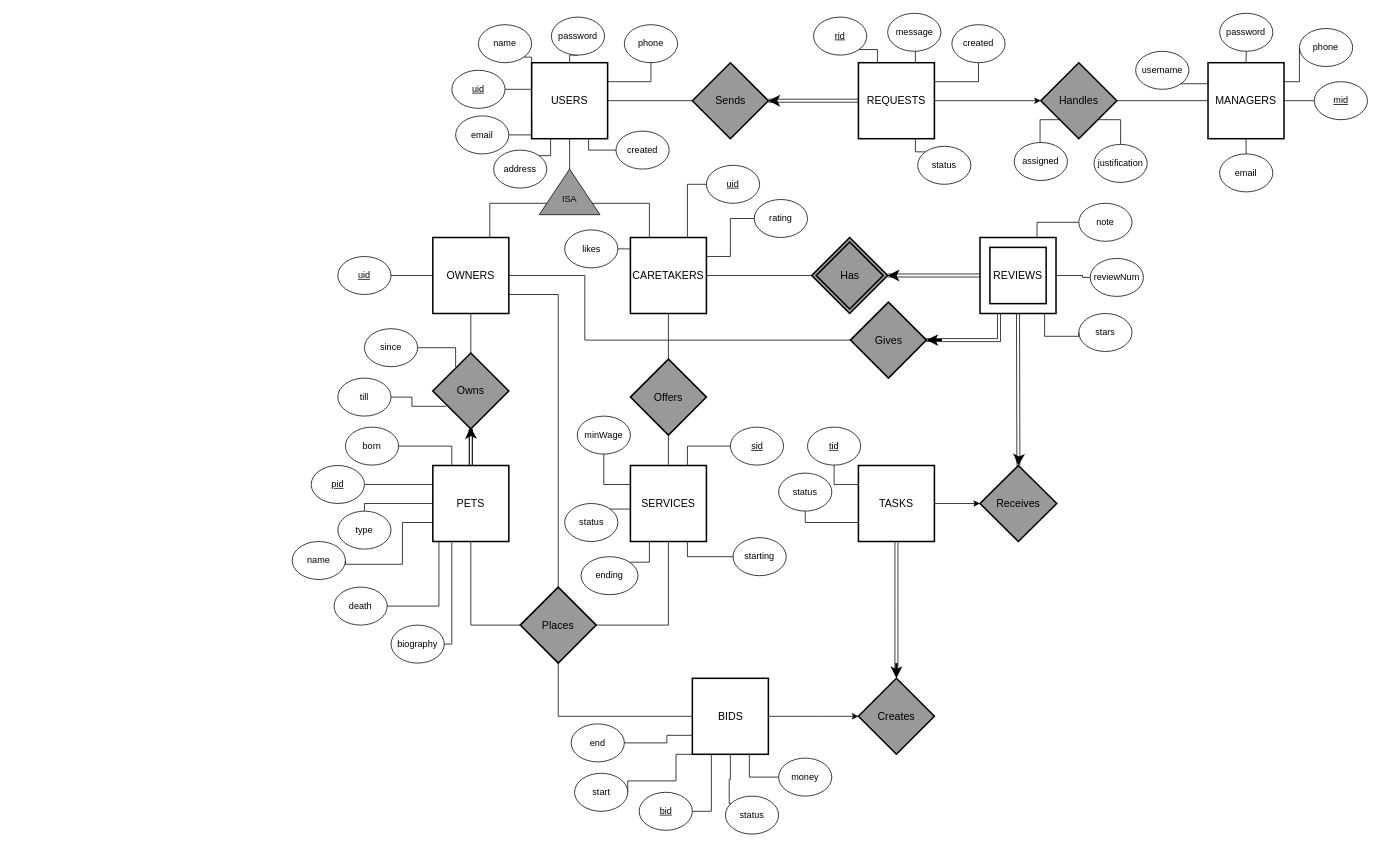
Before: database/PetCaretaker_ERModel.drawio in cs2102team60petcare/server, a draw.io diagram. Source tidied: cells renumbered, new cells numbered last; positions are measured from the earlier drawing's top-left corner, leaving out a move shared by most shapes. Both pictures are drawn from the tidied source at 76%, with x=0, y=0 at pixel (292, 13).
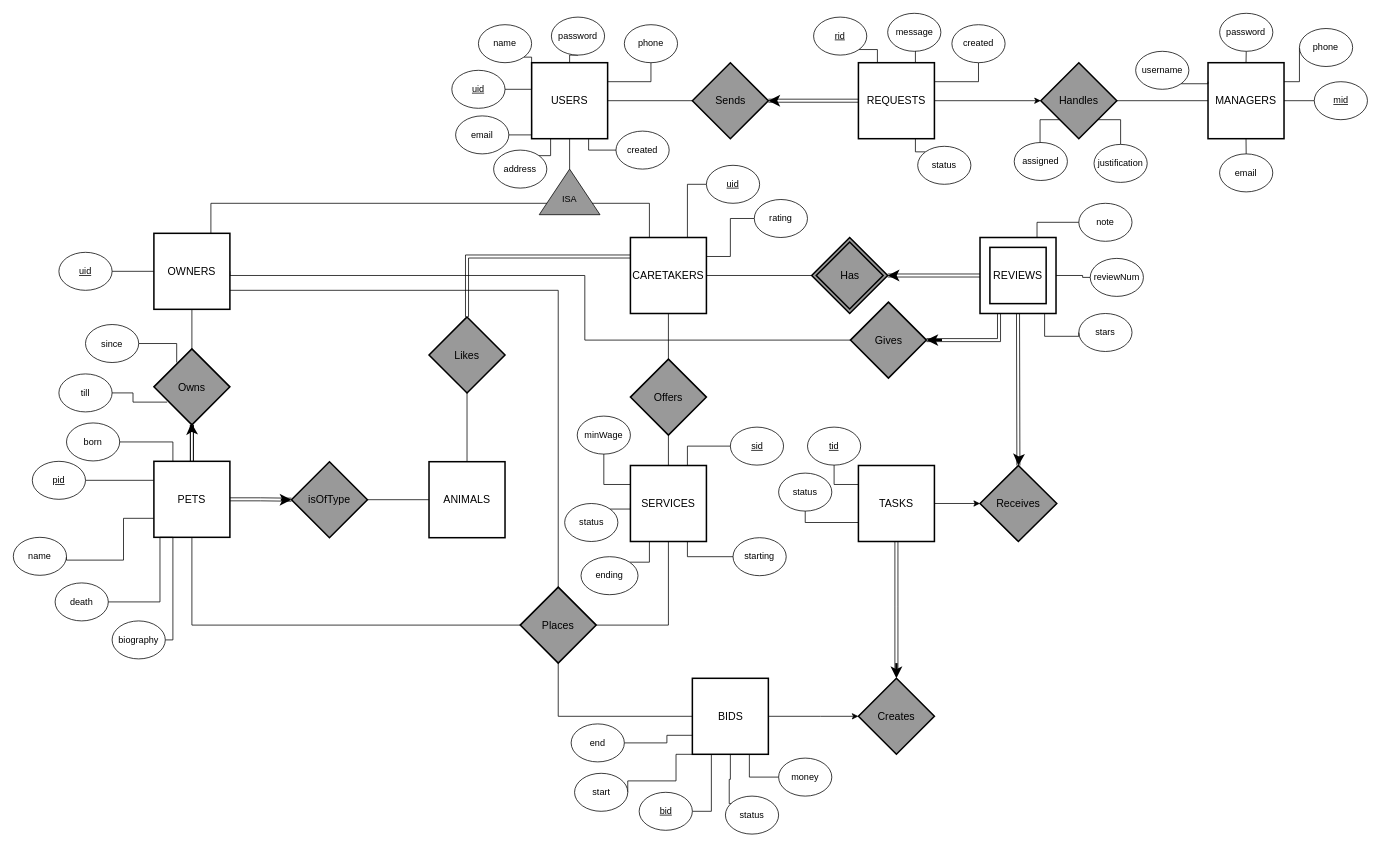
After the change.

Commit message (it also covers changes not shown here):
Add Likes, Animals and IsOfType to Schema

Unchanged cells that the change refers to:
```xml
<mxCell id="11" value="CARETAKERS" style="strokeWidth=2;whiteSpace=wrap;html=1;align=center;fontSize=14;shadow=0;" parent="1" vertex="1">
  <mxGeometry x="445" y="295" width="100" height="100" as="geometry" />
</mxCell>
```

Change to the diagram source:
```diff
@@
+    <mxCell id="144" style="edgeStyle=orthogonalEdgeStyle;rounded=0;jettySize=auto;html=1;exitX=0;exitY=0.25;exitDx=0;exitDy=0;entryX=0.5;entryY=0;entryDx=0;entryDy=0;shape=link;" parent="1" edge="1" source="11" target="150">
+      <mxGeometry relative="1" as="geometry" />
+    </mxCell>
@@
     <mxCell id="16" value="OWNERS" style="strokeWidth=2;whiteSpace=wrap;html=1;align=center;fontSize=14;shadow=0;" parent="1" vertex="1">
-      <mxGeometry x="185" y="295" width="100" height="100" as="geometry" />
+      <mxGeometry x="-182" y="289.5" width="100" height="100" as="geometry" />
     </mxCell>
@@
+    <mxCell id="145" style="edgeStyle=orthogonalEdgeStyle;rounded=0;jettySize=auto;html=1;exitX=1;exitY=0.5;exitDx=0;exitDy=0;entryX=0;entryY=0.5;entryDx=0;entryDy=0;endArrow=none;endFill=0;shape=link;" parent="1" edge="1" source="21" target="148">
+      <mxGeometry relative="1" as="geometry" />
+    </mxCell>
     <mxCell id="21" value="PETS" style="strokeWidth=2;whiteSpace=wrap;html=1;align=center;fontSize=14;shadow=0;" parent="1" vertex="1">
-      <mxGeometry x="185" y="595" width="100" height="100" as="geometry" />
+      <mxGeometry x="-182" y="589.5" width="100" height="100" as="geometry" />
     </mxCell>
@@
     <mxCell id="35" value="Owns" style="shape=rhombus;strokeWidth=2;fontSize=17;perimeter=rhombusPerimeter;whiteSpace=wrap;html=1;align=center;fontSize=14;shadow=0;fillColor=#999999;" parent="1" vertex="1">
-      <mxGeometry x="185" y="447" width="100" height="100" as="geometry" />
+      <mxGeometry x="-182" y="441.5" width="100" height="100" as="geometry" />
     </mxCell>
@@
     <mxCell id="49" style="endArrow=classic;html=1;strokeWidth=3;" parent="1" edge="1">
       <mxGeometry relative="1" as="geometry">
-        <mxPoint x="235" y="555" as="sourcePoint" />
-        <mxPoint x="234.5" y="544.5" as="targetPoint" />
+        <mxPoint x="-132" y="549.5" as="sourcePoint" />
+        <mxPoint x="-132.5" y="539" as="targetPoint" />
       </mxGeometry>
     </mxCell>
@@
     <mxCell id="78" value="&lt;u&gt;uid&lt;/u&gt;" style="ellipse;whiteSpace=wrap;html=1;shadow=0;" parent="1" vertex="1">
-      <mxGeometry x="60" y="320" width="70" height="50" as="geometry" />
+      <mxGeometry x="-307" y="314.5" width="70" height="50" as="geometry" />
     </mxCell>
@@
-    <mxCell id="83" style="edgeStyle=orthogonalEdgeStyle;rounded=0;comic=0;jettySize=auto;html=1;exitX=1;exitY=0.5;exitDx=0;exitDy=0;entryX=0;entryY=0.25;entryDx=0;entryDy=0;endArrow=none;endFill=0;" parent="1" edge="1" source="84" target="11">
-      <mxGeometry relative="1" as="geometry" />
-    </mxCell>
-    <mxCell id="84" value="likes" style="ellipse;whiteSpace=wrap;html=1;shadow=0;" parent="1" vertex="1">
-      <mxGeometry x="358.5" y="285" width="70" height="50" as="geometry" />
-    </mxCell>
@@
     <mxCell id="86" value="&lt;u&gt;pid&lt;/u&gt;" style="ellipse;whiteSpace=wrap;html=1;shadow=0;" parent="1" vertex="1">
-      <mxGeometry x="25" y="595" width="70" height="50" as="geometry" />
+      <mxGeometry x="-342" y="589.5" width="70" height="50" as="geometry" />
     </mxCell>
@@
     <mxCell id="88" value="born" style="ellipse;whiteSpace=wrap;html=1;shadow=0;" parent="1" vertex="1">
-      <mxGeometry x="70" y="544.5" width="70" height="50" as="geometry" />
+      <mxGeometry x="-297" y="539" width="70" height="50" as="geometry" />
     </mxCell>
-    <mxCell id="89" style="edgeStyle=orthogonalEdgeStyle;rounded=0;comic=0;jettySize=auto;html=1;exitX=0.5;exitY=0;exitDx=0;exitDy=0;entryX=0;entryY=0.5;entryDx=0;entryDy=0;endArrow=none;endFill=0;" parent="1" edge="1" source="90" target="21">
-      <mxGeometry relative="1" as="geometry">
-        <Array as="points">
-          <mxPoint x="95" y="645" />
-        </Array>
-      </mxGeometry>
-    </mxCell>
-    <mxCell id="90" value="type" style="ellipse;whiteSpace=wrap;html=1;shadow=0;" parent="1" vertex="1">
-      <mxGeometry x="60" y="655" width="70" height="50" as="geometry" />
-    </mxCell>
     <mxCell id="91" style="edgeStyle=orthogonalEdgeStyle;rounded=0;comic=0;jettySize=auto;html=1;exitX=1;exitY=0.5;exitDx=0;exitDy=0;entryX=0.25;entryY=1;entryDx=0;entryDy=0;endArrow=none;endFill=0;" parent="1" edge="1" source="92" target="21">
       <mxGeometry relative="1" as="geometry">
         <Array as="points">
-          <mxPoint x="210" y="830" />
+          <mxPoint x="-157" y="824.5" />
         </Array>
       </mxGeometry>
     </mxCell>
     <mxCell id="92" value="biography" style="ellipse;whiteSpace=wrap;html=1;shadow=0;" parent="1" vertex="1">
-      <mxGeometry x="130" y="805" width="70" height="50" as="geometry" />
+      <mxGeometry x="-237" y="799.5" width="70" height="50" as="geometry" />
     </mxCell>
     <mxCell id="93" style="edgeStyle=orthogonalEdgeStyle;rounded=0;comic=0;jettySize=auto;html=1;exitX=1;exitY=0.5;exitDx=0;exitDy=0;entryX=0;entryY=0.75;entryDx=0;entryDy=0;endArrow=none;endFill=0;" parent="1" edge="1" source="94" target="21">
       <mxGeometry relative="1" as="geometry">
         <Array as="points">
-          <mxPoint x="70" y="725" />
-          <mxPoint x="145" y="725" />
-          <mxPoint x="145" y="670" />
+          <mxPoint x="-297" y="719.5" />
+          <mxPoint x="-222" y="719.5" />
+          <mxPoint x="-222" y="664.5" />
         </Array>
       </mxGeometry>
     </mxCell>
     <mxCell id="94" value="name" style="ellipse;whiteSpace=wrap;html=1;shadow=0;" parent="1" vertex="1">
-      <mxGeometry y="695" width="70" height="50" as="geometry" />
+      <mxGeometry x="-367" y="689.5" width="70" height="50" as="geometry" />
     </mxCell>
     <mxCell id="95" style="edgeStyle=orthogonalEdgeStyle;rounded=0;comic=0;jettySize=auto;html=1;exitX=1;exitY=0.5;exitDx=0;exitDy=0;endArrow=none;endFill=0;" parent="1" edge="1" source="96">
       <mxGeometry relative="1" as="geometry">
-        <mxPoint x="215" y="465" as="targetPoint" />
+        <mxPoint x="-152" y="459.5" as="targetPoint" />
         <Array as="points">
-          <mxPoint x="215" y="440" />
+          <mxPoint x="-152" y="434.5" />
         </Array>
       </mxGeometry>
     </mxCell>
     <mxCell id="96" value="since" style="ellipse;whiteSpace=wrap;html=1;shadow=0;" parent="1" vertex="1">
-      <mxGeometry x="95" y="415" width="70" height="50" as="geometry" />
+      <mxGeometry x="-272" y="409.5" width="70" height="50" as="geometry" />
     </mxCell>
@@
     <mxCell id="98" value="till" style="ellipse;whiteSpace=wrap;html=1;shadow=0;" parent="1" vertex="1">
-      <mxGeometry x="60" y="480" width="70" height="50" as="geometry" />
+      <mxGeometry x="-307" y="474.5" width="70" height="50" as="geometry" />
     </mxCell>
@@
     <mxCell id="139" value="death" style="ellipse;whiteSpace=wrap;html=1;shadow=0;" parent="1" vertex="1">
-      <mxGeometry x="55" y="755" width="70" height="50" as="geometry" />
+      <mxGeometry x="-312" y="749.5" width="70" height="50" as="geometry" />
     </mxCell>
     <mxCell id="140" style="edgeStyle=orthogonalEdgeStyle;rounded=0;comic=0;jettySize=auto;html=1;exitX=1;exitY=0.5;exitDx=0;exitDy=0;entryX=0.25;entryY=1;entryDx=0;entryDy=0;endArrow=none;endFill=0;" parent="1" edge="1" source="139" target="21">
       <mxGeometry relative="1" as="geometry">
         <Array as="points">
-          <mxPoint x="193" y="780" />
-          <mxPoint x="193" y="695" />
+          <mxPoint x="-174" y="774.5" />
+          <mxPoint x="-174" y="689.5" />
         </Array>
       </mxGeometry>
     </mxCell>
@@
+    <mxCell id="146" value="ANIMALS" style="strokeWidth=2;whiteSpace=wrap;html=1;align=center;fontSize=14;shadow=0;" parent="1" vertex="1">
+      <mxGeometry x="180" y="590" width="100" height="100" as="geometry" />
+    </mxCell>
+    <mxCell id="147" style="edgeStyle=orthogonalEdgeStyle;rounded=0;jettySize=auto;html=1;exitX=1;exitY=0.5;exitDx=0;exitDy=0;entryX=0;entryY=0.5;entryDx=0;entryDy=0;endArrow=none;endFill=0;" parent="1" edge="1" source="148" target="146">
+      <mxGeometry relative="1" as="geometry" />
+    </mxCell>
+    <mxCell id="148" value="isOfType" style="shape=rhombus;strokeWidth=2;fontSize=17;perimeter=rhombusPerimeter;whiteSpace=wrap;html=1;align=center;fontSize=14;shadow=0;fillColor=#999999;" parent="1" vertex="1">
+      <mxGeometry x="-1" y="590" width="100" height="100" as="geometry" />
+    </mxCell>
+    <mxCell id="149" style="edgeStyle=orthogonalEdgeStyle;rounded=0;jettySize=auto;html=1;exitX=0.5;exitY=1;exitDx=0;exitDy=0;endArrow=none;endFill=0;" parent="1" edge="1" source="150" target="146">
+      <mxGeometry relative="1" as="geometry" />
+    </mxCell>
+    <mxCell id="150" value="Likes" style="shape=rhombus;strokeWidth=2;fontSize=17;perimeter=rhombusPerimeter;whiteSpace=wrap;html=1;align=center;fontSize=14;shadow=0;fillColor=#999999;" parent="1" vertex="1">
+      <mxGeometry x="180" y="399.5" width="100" height="100" as="geometry" />
+    </mxCell>
+    <mxCell id="151" style="endArrow=classic;html=1;strokeWidth=3;entryX=0;entryY=0.5;entryDx=0;entryDy=0;" parent="1" edge="1" target="148">
+      <mxGeometry relative="1" as="geometry">
+        <mxPoint x="-15" y="640" as="sourcePoint" />
+      </mxGeometry>
+    </mxCell>
```
